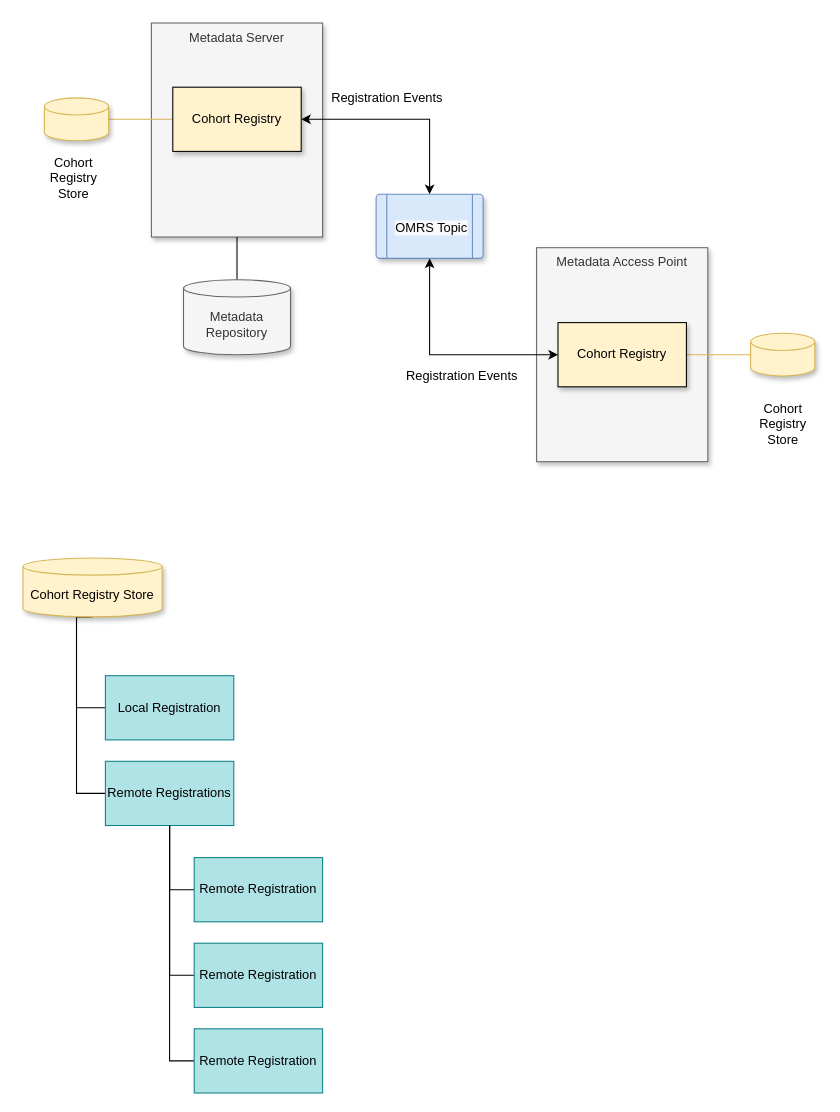
This is page "cohort-registry" (1 of 4) of open-metadata-implementation/repository-services/docs/repository-services.drawio from odpi/egeria, a draw.io file, before an edit. Source tidied: cells renumbered, new cells numbered last; positions are measured from the earlier drawing's top-left corner, leaving out a move shared by most shapes. Both pictures are drawn from the tidied source at 107%, with x=0, y=0 at pixel (22, 22).
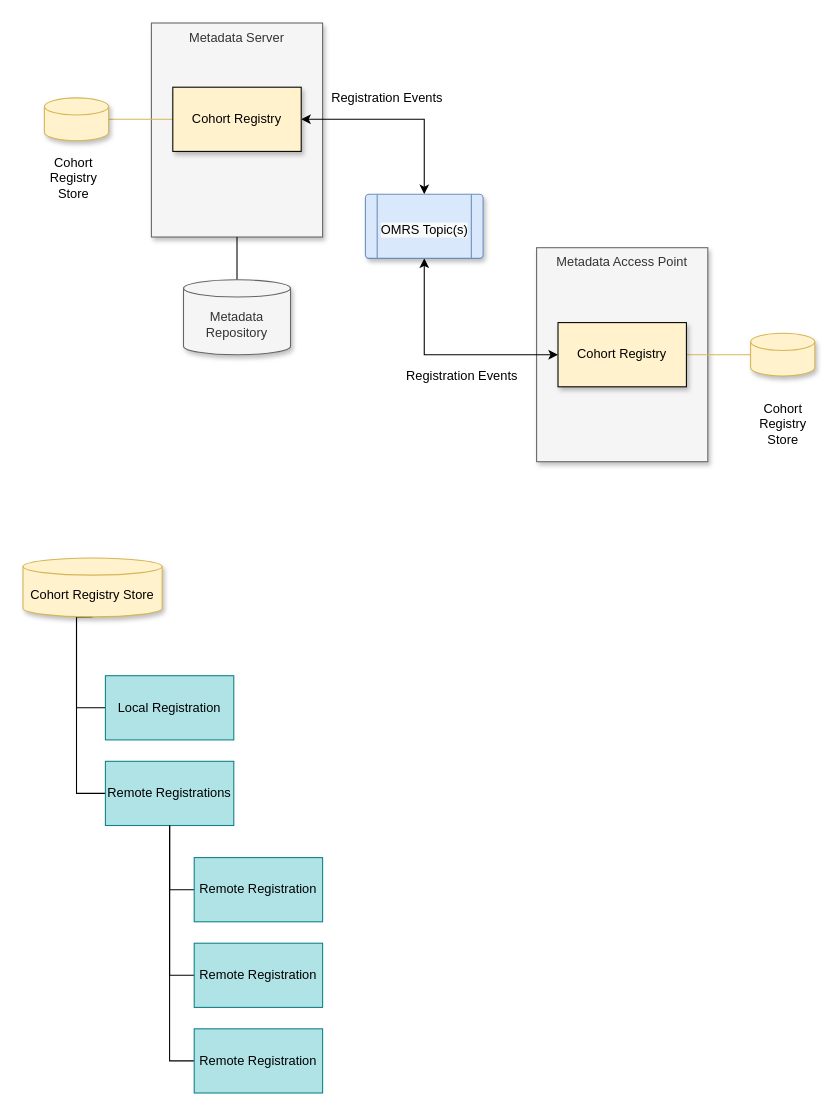
Above is the later version.

Commit message (it also covers changes not shown here):
Update cohort registry docs

Diff of the diagram source:
```diff
@@
     <mxCell id="12" style="verticalLabelPosition=bottom;verticalAlign=middle;html=1;shape=process;whiteSpace=wrap;rounded=1;size=0.1;arcSize=6;fillColor=#dae8fc;strokeColor=#6c8ebf;shadow=1;" parent="1" vertex="1">
-      <mxGeometry x="330" y="160" width="100" height="60" as="geometry" />
+      <mxGeometry x="320" y="160" width="110" height="60" as="geometry" />
     </mxCell>
-    <mxCell id="13" value="&lt;span style=&quot;color: rgb(0, 0, 0); font-family: helvetica; font-size: 12px; font-style: normal; font-weight: 400; letter-spacing: normal; text-indent: 0px; text-transform: none; word-spacing: 0px; background-color: rgb(248, 249, 250); display: inline; float: none;&quot;&gt;OMRS Topic&lt;/span&gt;" style="text;whiteSpace=wrap;html=1;align=center;" parent="1" vertex="1">
-      <mxGeometry x="337" y="178" width="90" height="30" as="geometry" />
+    <mxCell id="13" value="&lt;span style=&quot;color: rgb(0 , 0 , 0) ; font-family: &amp;#34;helvetica&amp;#34; ; font-size: 12px ; font-style: normal ; font-weight: 400 ; letter-spacing: normal ; text-indent: 0px ; text-transform: none ; word-spacing: 0px ; background-color: rgb(248 , 249 , 250) ; display: inline ; float: none&quot;&gt;OMRS Topic(s)&lt;/span&gt;" style="text;whiteSpace=wrap;html=1;align=center;" parent="1" vertex="1">
+      <mxGeometry x="331.5" y="180" width="87" height="30" as="geometry" />
     </mxCell>
```
